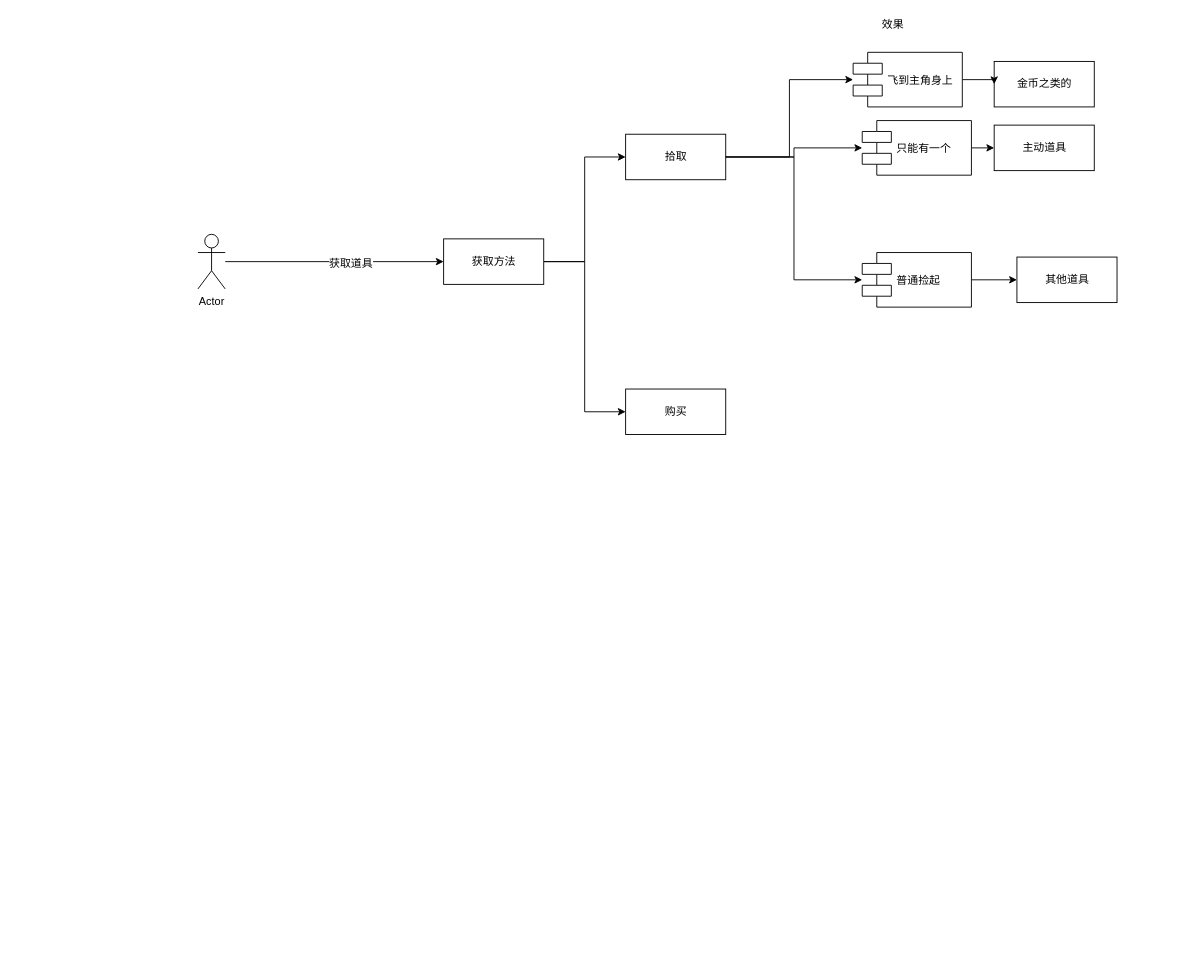
gatzai/DrawioStorage keeps this draw.io diagram as ItemSystem.drawio. Above is the earlier version. Source tidied: cells renumbered, new cells numbered last; positions are measured from the earlier drawing's top-left corner, leaving out a move shared by most shapes. Both pictures are drawn from the tidied source at 91%, with x=0, y=0 at pixel (197, 15).
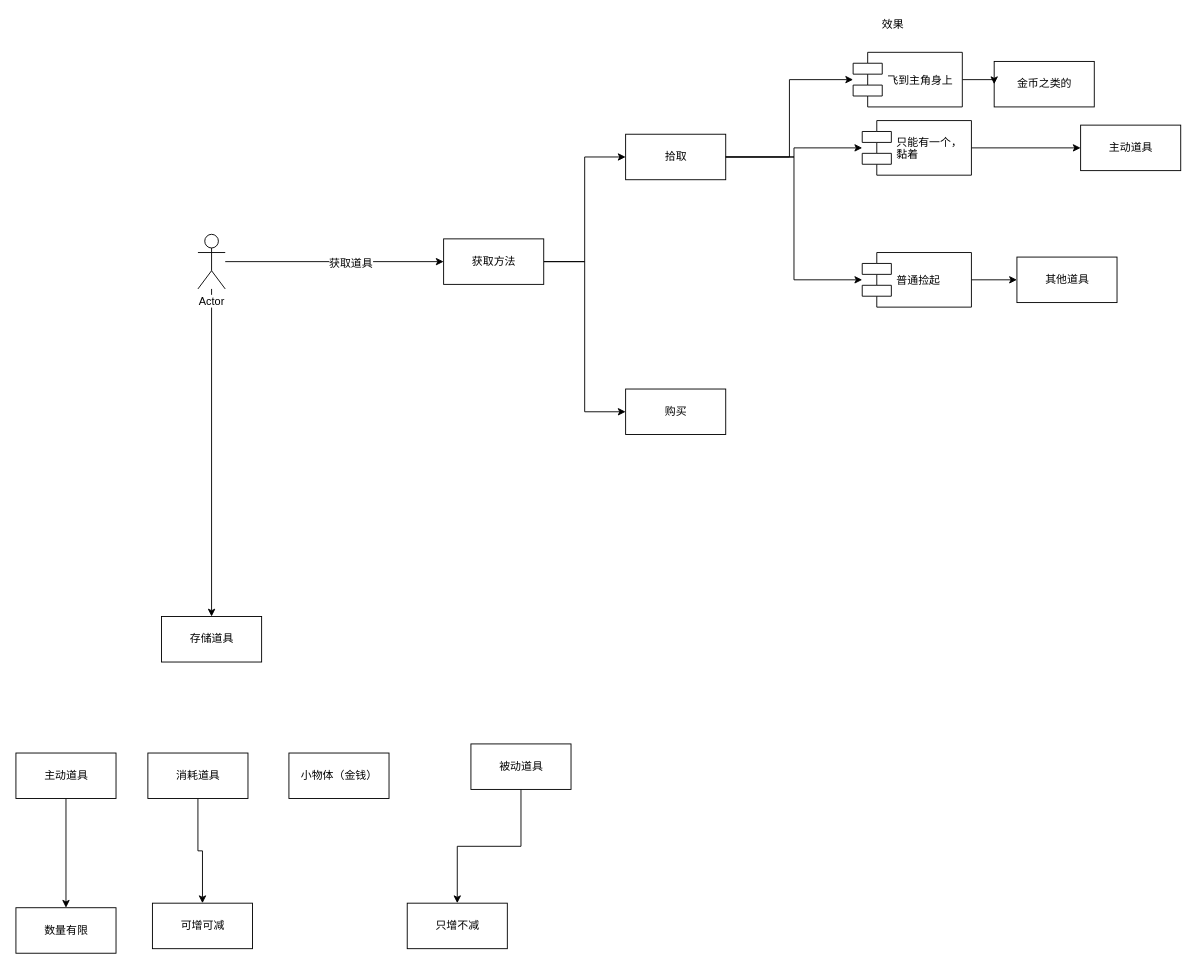
Above is the later version.

Unchanged cells that the change refers to:
```xml
<mxCell id="4" value="Actor" style="shape=umlActor;verticalLabelPosition=bottom;labelBackgroundColor=#ffffff;verticalAlign=top;html=1;" parent="1" vertex="1">
  <mxGeometry y="240" width="30" height="60" as="geometry" />
</mxCell>
```

What changed in the source:
```diff
@@
+    <mxCell id="23" style="edgeStyle=orthogonalEdgeStyle;rounded=0;jettySize=auto;html=1;" parent="1" edge="1" source="4" target="24">
+      <mxGeometry relative="1" as="geometry" />
+    </mxCell>
@@
     <mxCell id="5" value="主动道具" style="html=1;" parent="1" vertex="1">
-      <mxGeometry x="875" y="120" width="110" height="50" as="geometry" />
+      <mxGeometry x="970" y="120" width="110" height="50" as="geometry" />
     </mxCell>
@@
-    <mxCell id="19" value="只能有一个" style="shape=component;align=left;spacingLeft=36;" parent="1" vertex="1">
+    <mxCell id="19" value="只能有一个，&#10;黏着" style="shape=component;align=left;spacingLeft=36;" parent="1" vertex="1">
       <mxGeometry x="730" y="115" width="120" height="60" as="geometry" />
     </mxCell>
@@
+    <mxCell id="24" value="存储道具" style="html=1;" parent="1" vertex="1">
+      <mxGeometry x="-40" y="660" width="110" height="50" as="geometry" />
+    </mxCell>
+    <mxCell id="25" style="edgeStyle=orthogonalEdgeStyle;rounded=0;jettySize=auto;html=1;exitX=0.5;exitY=1;exitDx=0;exitDy=0;" parent="1" edge="1" source="26" target="33">
+      <mxGeometry relative="1" as="geometry" />
+    </mxCell>
+    <mxCell id="26" value="被动道具" style="html=1;" parent="1" vertex="1">
+      <mxGeometry x="300" y="800" width="110" height="50" as="geometry" />
+    </mxCell>
+    <mxCell id="27" style="edgeStyle=orthogonalEdgeStyle;rounded=0;jettySize=auto;html=1;exitX=0.5;exitY=1;exitDx=0;exitDy=0;" parent="1" edge="1" source="28" target="34">
+      <mxGeometry relative="1" as="geometry" />
+    </mxCell>
+    <mxCell id="28" value="主动道具" style="html=1;" parent="1" vertex="1">
+      <mxGeometry x="-200" y="810" width="110" height="50" as="geometry" />
+    </mxCell>
+    <mxCell id="29" style="edgeStyle=orthogonalEdgeStyle;rounded=0;jettySize=auto;html=1;exitX=0.5;exitY=1;exitDx=0;exitDy=0;" parent="1" edge="1" source="30" target="32">
+      <mxGeometry relative="1" as="geometry" />
+    </mxCell>
+    <mxCell id="30" value="消耗道具" style="html=1;" parent="1" vertex="1">
+      <mxGeometry x="-55" y="810" width="110" height="50" as="geometry" />
+    </mxCell>
+    <mxCell id="31" value="小物体（金钱）" style="html=1;" parent="1" vertex="1">
+      <mxGeometry x="100" y="810" width="110" height="50" as="geometry" />
+    </mxCell>
+    <mxCell id="32" value="可增可减" style="html=1;" parent="1" vertex="1">
+      <mxGeometry x="-50" y="975" width="110" height="50" as="geometry" />
+    </mxCell>
+    <mxCell id="33" value="只增不减" style="html=1;" parent="1" vertex="1">
+      <mxGeometry x="230" y="975" width="110" height="50" as="geometry" />
+    </mxCell>
+    <mxCell id="34" value="数量有限" style="html=1;" parent="1" vertex="1">
+      <mxGeometry x="-200" y="980" width="110" height="50" as="geometry" />
+    </mxCell>
```
